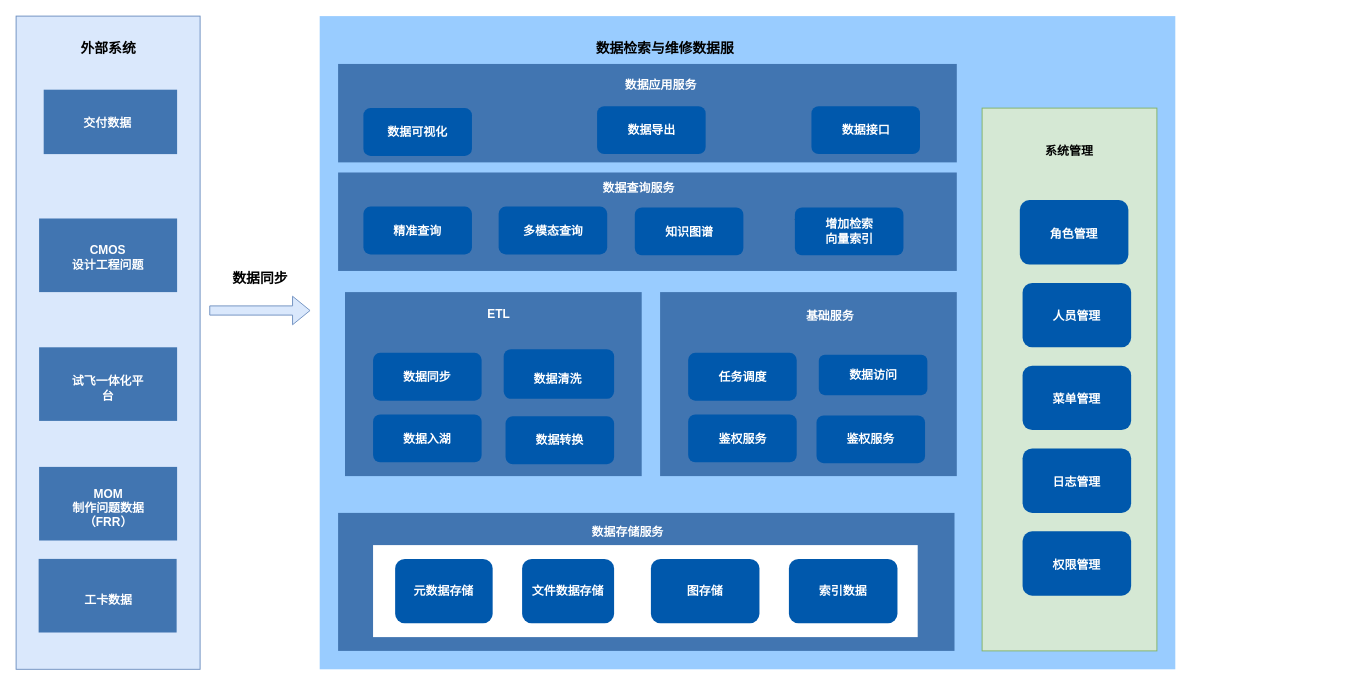
This is 数据检索与维修数据服/数据检索与维修数据服.drawio from DemonHan/KuickBuy, a draw.io file, before an edit. Source tidied: cells renumbered, new cells numbered last; positions are measured from the earlier drawing's top-left corner, leaving out a move shared by most shapes. Both pictures are drawn from the tidied source at 92%, with x=0, y=0 at pixel (16, 16).
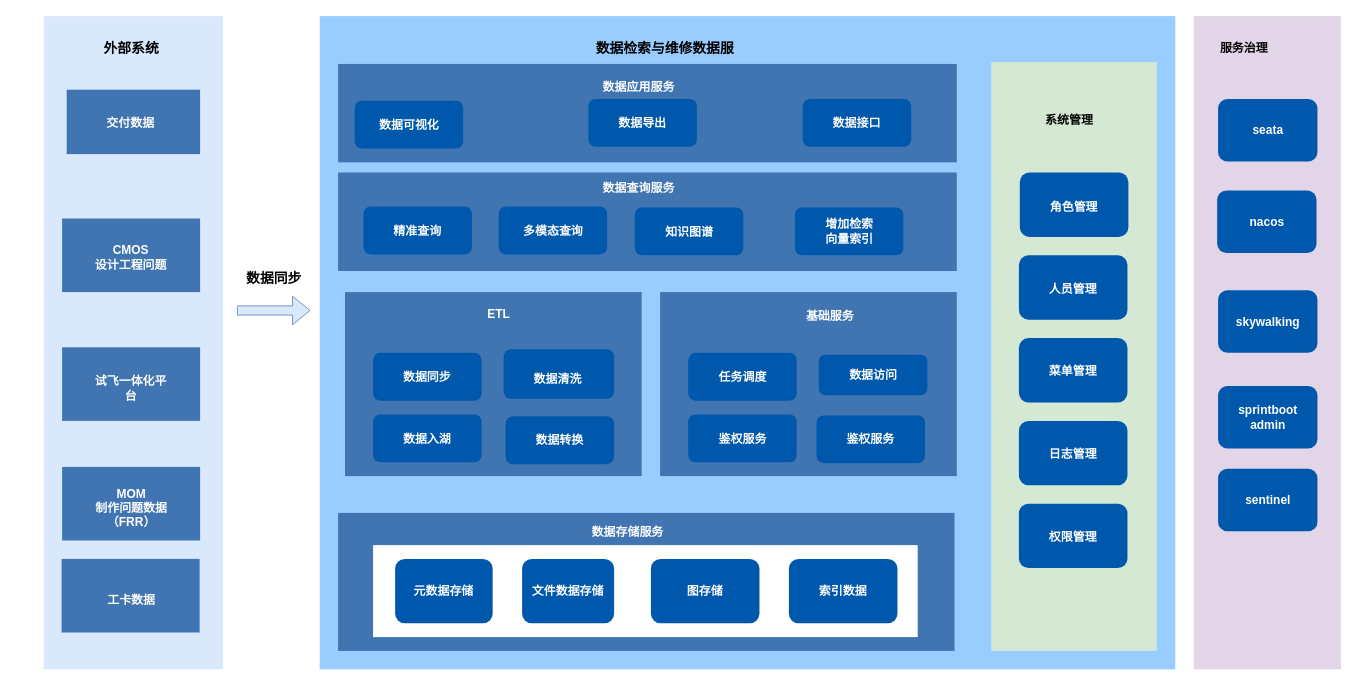
The same page after the edit.

Commit message (it also covers changes not shown here):
更新数据检索与维修数据服.drawio

Diff of the diagram source:
```diff
@@
-    <mxCell id="5" style="rounded=0;whiteSpace=wrap;html=1;fillColor=#dae8fc;strokeColor=#6c8ebf;" parent="1" vertex="1">
-      <mxGeometry width="200" height="710" as="geometry" />
+    <mxCell id="5" style="rounded=0;whiteSpace=wrap;html=1;fillColor=#dae8fc;strokeColor=none;" parent="1" vertex="1">
+      <mxGeometry x="30" width="195" height="710" as="geometry" />
     </mxCell>
@@
     <mxCell id="7" style="rounded=0;whiteSpace=wrap;html=1;fillColor=#4175B1;fontStyle=1;fontSize=13;strokeColor=none;" parent="1" vertex="1">
-      <mxGeometry x="30" y="80" width="145" height="70" as="geometry" />
+      <mxGeometry x="55" y="80" width="145" height="70" as="geometry" />
     </mxCell>
     <mxCell id="8" value="外部系统" style="text;html=1;align=center;verticalAlign=middle;strokeColor=none;fillColor=none;fontStyle=1;fontFamily=Garamond;fontSize=15;strokeWidth=1;" parent="1" vertex="1">
-      <mxGeometry x="60" y="20" width="80" height="30" as="geometry" />
+      <mxGeometry x="85" y="20" width="80" height="30" as="geometry" />
     </mxCell>
     <mxCell id="9" value="交付数据" style="text;html=1;align=center;verticalAlign=middle;whiteSpace=wrap;rounded=0;fontStyle=1;fontSize=13;strokeColor=none;fontColor=#FFFFFF;" parent="1" vertex="1">
-      <mxGeometry x="69" y="100" width="61" height="32" as="geometry" />
+      <mxGeometry x="94" y="100" width="61" height="32" as="geometry" />
     </mxCell>
     <mxCell id="10" style="rounded=0;whiteSpace=wrap;html=1;fillColor=#4175B1;fontStyle=1;fontSize=13;strokeColor=none;" parent="1" vertex="1">
-      <mxGeometry x="25" y="220" width="150" height="80" as="geometry" />
+      <mxGeometry x="50" y="220" width="150" height="80" as="geometry" />
     </mxCell>
     <mxCell id="11" value="CMOS&lt;div&gt;设计工程问题&lt;/div&gt;" style="text;html=1;align=center;verticalAlign=middle;whiteSpace=wrap;rounded=0;fontStyle=1;fontSize=13;strokeColor=none;fontColor=#FFFFFF;" parent="1" vertex="1">
-      <mxGeometry x="55" y="247" width="90" height="30" as="geometry" />
+      <mxGeometry x="80" y="247" width="90" height="30" as="geometry" />
     </mxCell>
     <mxCell id="12" style="rounded=0;whiteSpace=wrap;html=1;fillColor=#4175B1;fontStyle=1;fontSize=13;strokeColor=none;" parent="1" vertex="1">
-      <mxGeometry x="25" y="360" width="150" height="80" as="geometry" />
+      <mxGeometry x="50" y="360" width="150" height="80" as="geometry" />
     </mxCell>
     <mxCell id="13" value="试飞一体化平台" style="text;html=1;align=center;verticalAlign=middle;whiteSpace=wrap;rounded=0;fontStyle=1;fontSize=13;strokeColor=none;fontColor=#FFFFFF;" parent="1" vertex="1">
-      <mxGeometry x="55" y="390" width="90" height="30" as="geometry" />
+      <mxGeometry x="80" y="390" width="90" height="30" as="geometry" />
     </mxCell>
     <mxCell id="14" style="rounded=0;whiteSpace=wrap;html=1;fillColor=#4175B1;fontStyle=1;fontSize=13;strokeColor=none;" parent="1" vertex="1">
-      <mxGeometry x="25" y="490" width="150" height="80" as="geometry" />
+      <mxGeometry x="50" y="490" width="150" height="80" as="geometry" />
     </mxCell>
     <mxCell id="15" value="MOM&lt;div&gt;制作问题数据（FRR）&lt;/div&gt;" style="text;html=1;align=center;verticalAlign=middle;whiteSpace=wrap;rounded=0;fontStyle=1;fontSize=13;strokeColor=none;fontColor=#FFFFFF;" parent="1" vertex="1">
-      <mxGeometry x="43" y="520" width="115" height="30" as="geometry" />
+      <mxGeometry x="68" y="520" width="115" height="30" as="geometry" />
     </mxCell>
     <mxCell id="16" style="shape=flexArrow;endArrow=classic;html=1;rounded=0;fillColor=#dae8fc;strokeColor=#6c8ebf;" parent="1" edge="1">
       <mxGeometry relative="1" as="geometry">
-        <mxPoint x="210" y="320" as="sourcePoint" />
+        <mxPoint x="240" y="320" as="sourcePoint" />
         <mxPoint x="320" y="320" as="targetPoint" />
       </mxGeometry>
     </mxCell>
     <mxCell id="17" value="数据同步" style="text;html=1;align=center;verticalAlign=middle;strokeColor=none;fillColor=none;fontStyle=1;fontFamily=Garamond;fontSize=15;strokeWidth=1;" parent="1" vertex="1">
-      <mxGeometry x="225" y="270" width="80" height="30" as="geometry" />
+      <mxGeometry x="240" y="270" width="80" height="30" as="geometry" />
     </mxCell>
@@
-    <mxCell id="25" style="rounded=0;whiteSpace=wrap;html=1;fillColor=#d5e8d4;fontStyle=1;fontSize=13;strokeColor=#82b366;" parent="1" vertex="1">
-      <mxGeometry x="1050" y="100" width="190" height="590" as="geometry" />
+    <mxCell id="25" style="rounded=0;whiteSpace=wrap;html=1;fillColor=#d5e8d4;fontStyle=1;fontSize=13;strokeColor=none;" parent="1" vertex="1">
+      <mxGeometry x="1060" y="50" width="180" height="640" as="geometry" />
     </mxCell>
     <mxCell id="26" value="系统管理" style="text;html=1;align=center;verticalAlign=middle;whiteSpace=wrap;rounded=0;fontStyle=1;fontSize=13;strokeColor=none;fontColor=#000000;" parent="1" vertex="1">
-      <mxGeometry x="1100" y="132" width="90" height="30" as="geometry" />
+      <mxGeometry x="1100" y="98" width="90" height="30" as="geometry" />
     </mxCell>
     <mxCell id="27" style="group;" parent="1" vertex="1">
-      <mxGeometry x="1091" y="200" width="118" height="70" as="geometry" />
+      <mxGeometry x="1091" y="170" width="118" height="70" as="geometry" />
     </mxCell>
@@
     <mxCell id="30" style="group;" parent="1" vertex="1">
-      <mxGeometry x="1094" y="290" width="118" height="70" as="geometry" />
+      <mxGeometry x="1090" y="260" width="118" height="70" as="geometry" />
     </mxCell>
@@
     <mxCell id="33" style="group;" parent="1" vertex="1">
-      <mxGeometry x="1094" y="380" width="118" height="70" as="geometry" />
+      <mxGeometry x="1090" y="350" width="118" height="70" as="geometry" />
     </mxCell>
@@
     <mxCell id="36" style="group;" parent="1" vertex="1">
-      <mxGeometry x="1094" y="470" width="118" height="70" as="geometry" />
+      <mxGeometry x="1090" y="440" width="118" height="70" as="geometry" />
     </mxCell>
@@
     <mxCell id="39" style="group;" parent="1" vertex="1">
-      <mxGeometry x="1094" y="560" width="118" height="70" as="geometry" />
+      <mxGeometry x="1090" y="530" width="118" height="70" as="geometry" />
     </mxCell>
@@
     <mxCell id="65" style="rounded=0;whiteSpace=wrap;html=1;fillColor=#4175B1;fontStyle=1;fontSize=13;strokeColor=none;" parent="1" vertex="1">
-      <mxGeometry x="24.5" y="590" width="150" height="80" as="geometry" />
+      <mxGeometry x="49.5" y="590" width="150" height="80" as="geometry" />
     </mxCell>
     <mxCell id="66" value="工卡数据" style="text;html=1;align=center;verticalAlign=middle;whiteSpace=wrap;rounded=0;fontStyle=1;fontSize=13;strokeColor=none;fontColor=#FFFFFF;" parent="1" vertex="1">
-      <mxGeometry x="42.5" y="620" width="115" height="30" as="geometry" />
+      <mxGeometry x="67.5" y="620" width="115" height="30" as="geometry" />
     </mxCell>
@@
     <mxCell id="68" value="数据应用服务" style="text;html=1;align=center;verticalAlign=middle;whiteSpace=wrap;rounded=0;fontStyle=1;fontSize=13;strokeColor=none;fontColor=#FFFFFF;" parent="1" vertex="1">
-      <mxGeometry x="655.5" y="60" width="90" height="30" as="geometry" />
+      <mxGeometry x="631.5" y="62" width="90" height="30" as="geometry" />
     </mxCell>
@@
     <mxCell id="78" style="rounded=1;whiteSpace=wrap;html=1;fontStyle=1;fontSize=13;strokeColor=none;fillColor=#0058AC;fontColor=#FFFFFF;" parent="1" vertex="1">
-      <mxGeometry x="377.5" y="100" width="118" height="52" as="geometry" />
+      <mxGeometry x="368" y="92" width="118" height="52" as="geometry" />
     </mxCell>
     <mxCell id="79" value="数据可视化" style="text;html=1;align=center;verticalAlign=middle;whiteSpace=wrap;rounded=0;fontStyle=1;fontSize=13;strokeColor=none;fontColor=#FFFFFF;" parent="1" vertex="1">
-      <mxGeometry x="390" y="110.5" width="93" height="31" as="geometry" />
+      <mxGeometry x="380.5" y="102.5" width="93" height="31" as="geometry" />
     </mxCell>
     <mxCell id="80" style="rounded=1;whiteSpace=wrap;html=1;fontStyle=1;fontSize=13;strokeColor=none;fillColor=#0058AC;fontColor=#FFFFFF;" parent="1" vertex="1">
-      <mxGeometry x="631.5" y="98" width="118" height="52" as="geometry" />
+      <mxGeometry x="622" y="90" width="118" height="52" as="geometry" />
     </mxCell>
     <mxCell id="81" value="数据导出" style="text;html=1;align=center;verticalAlign=middle;whiteSpace=wrap;rounded=0;fontStyle=1;fontSize=13;strokeColor=none;fontColor=#FFFFFF;" parent="1" vertex="1">
-      <mxGeometry x="644.5" y="110" width="92" height="28" as="geometry" />
+      <mxGeometry x="635" y="102" width="92" height="28" as="geometry" />
     </mxCell>
     <mxCell id="82" style="rounded=1;whiteSpace=wrap;html=1;fontStyle=1;fontSize=13;strokeColor=none;fillColor=#0058AC;fontColor=#FFFFFF;" parent="1" vertex="1">
-      <mxGeometry x="864.5" y="98" width="118" height="52" as="geometry" />
+      <mxGeometry x="855" y="90" width="118" height="52" as="geometry" />
     </mxCell>
     <mxCell id="83" value="数据接口" style="text;html=1;align=center;verticalAlign=middle;whiteSpace=wrap;rounded=0;fontStyle=1;fontSize=13;strokeColor=none;fontColor=#FFFFFF;" parent="1" vertex="1">
-      <mxGeometry x="877.5" y="110" width="92" height="28" as="geometry" />
+      <mxGeometry x="868" y="102" width="92" height="28" as="geometry" />
     </mxCell>
+    <mxCell id="84" style="rounded=0;whiteSpace=wrap;html=1;fillColor=#e1d5e7;fontStyle=1;fontSize=13;strokeColor=none;" parent="1" vertex="1">
+      <mxGeometry x="1280" width="160" height="710" as="geometry" />
+    </mxCell>
+    <mxCell id="85" value="服务治理" style="text;html=1;align=center;verticalAlign=middle;whiteSpace=wrap;rounded=0;fontStyle=1;fontSize=13;strokeColor=none;fontColor=#000000;" parent="1" vertex="1">
+      <mxGeometry x="1290" y="20" width="90" height="30" as="geometry" />
+    </mxCell>
+    <mxCell id="86" style="group;" parent="1" vertex="1">
+      <mxGeometry x="1292" y="90" width="108" height="68" as="geometry" />
+    </mxCell>
+    <mxCell id="87" style="rounded=1;whiteSpace=wrap;html=1;fontStyle=1;fontSize=13;strokeColor=none;fillColor=#0058AC;fontColor=#FFFFFF;" parent="86" vertex="1">
+      <mxGeometry x="14.5" width="108" height="68" as="geometry" />
+    </mxCell>
+    <mxCell id="88" value="seata" style="text;html=1;align=center;verticalAlign=middle;whiteSpace=wrap;rounded=0;fontStyle=1;fontSize=13;strokeColor=none;fontColor=#FFFFFF;" parent="86" vertex="1">
+      <mxGeometry x="23.5" y="19" width="90" height="30" as="geometry" />
+    </mxCell>
+    <mxCell id="89" value="nacos" style="rounded=1;whiteSpace=wrap;html=1;fontStyle=1;fontSize=13;strokeColor=none;fillColor=#0058AC;fontColor=#FFFFFF;" parent="1" vertex="1">
+      <mxGeometry x="1305.5" y="189.5" width="108" height="68" as="geometry" />
+    </mxCell>
+    <mxCell id="90" value="skywalking" style="rounded=1;whiteSpace=wrap;html=1;fontStyle=1;fontSize=13;strokeColor=none;fillColor=#0058AC;fontColor=#FFFFFF;" parent="1" vertex="1">
+      <mxGeometry x="1306.5" y="298" width="108" height="68" as="geometry" />
+    </mxCell>
+    <mxCell id="91" value="sprintboot&lt;div&gt;admin&lt;/div&gt;" style="rounded=1;whiteSpace=wrap;html=1;fontStyle=1;fontSize=13;strokeColor=none;fillColor=#0058AC;fontColor=#FFFFFF;" parent="1" vertex="1">
+      <mxGeometry x="1306.5" y="402" width="108" height="68" as="geometry" />
+    </mxCell>
+    <mxCell id="92" value="sentinel" style="rounded=1;whiteSpace=wrap;html=1;fontStyle=1;fontSize=13;strokeColor=none;fillColor=#0058AC;fontColor=#FFFFFF;" parent="1" vertex="1">
+      <mxGeometry x="1306.5" y="492" width="108" height="68" as="geometry" />
+    </mxCell>
```
